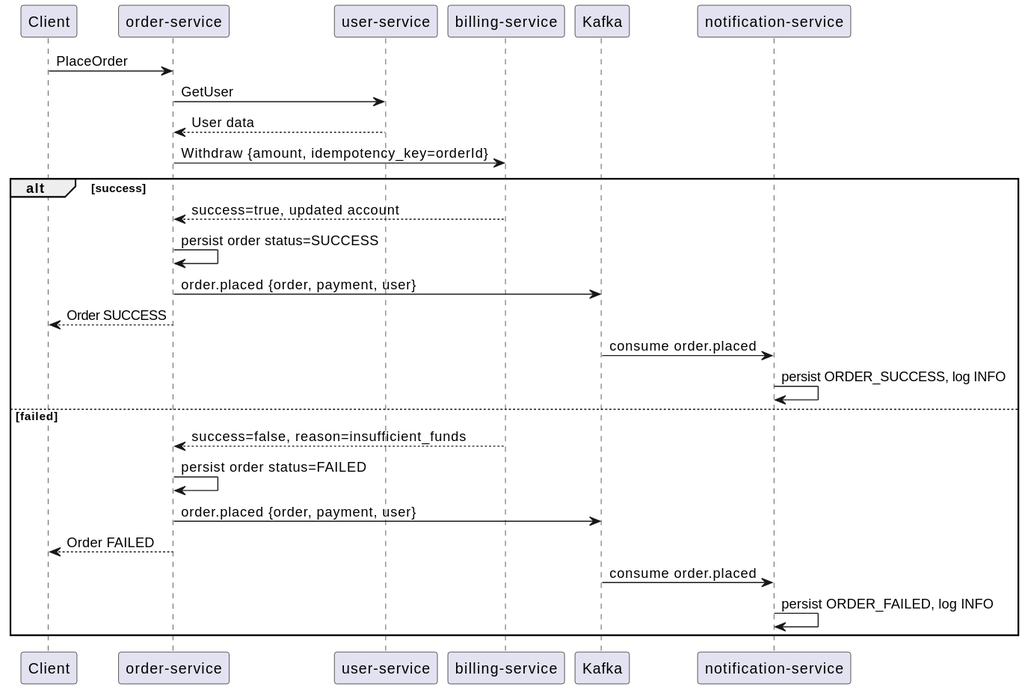
Earlier version of the PlantUML export docs/puml/place-order.svg (Romasmi/s-shop-microservices). Its diagram source:
```plantuml
@startuml
participant Client
participant "order-service" as OS
participant "user-service" as US
participant "billing-service" as BS
participant Kafka
participant "notification-service" as NS

Client -> OS: PlaceOrder
OS -> US: GetUser
US --> OS: User data
OS -> BS: Withdraw {amount, idempotency_key=orderId}

alt success
  BS --> OS: success=true, updated account
  OS -> OS: persist order status=SUCCESS
  OS -> Kafka: order.placed {order, payment, user}
  OS --> Client: Order SUCCESS
  Kafka -> NS: consume order.placed
  NS -> NS: persist ORDER_SUCCESS, log INFO
else failed
  BS --> OS: success=false, reason=insufficient_funds
  OS -> OS: persist order status=FAILED
  OS -> Kafka: order.placed {order, payment, user}
  OS --> Client: Order FAILED
  Kafka -> NS: consume order.placed
  NS -> NS: persist ORDER_FAILED, log INFO
end
@enduml
```
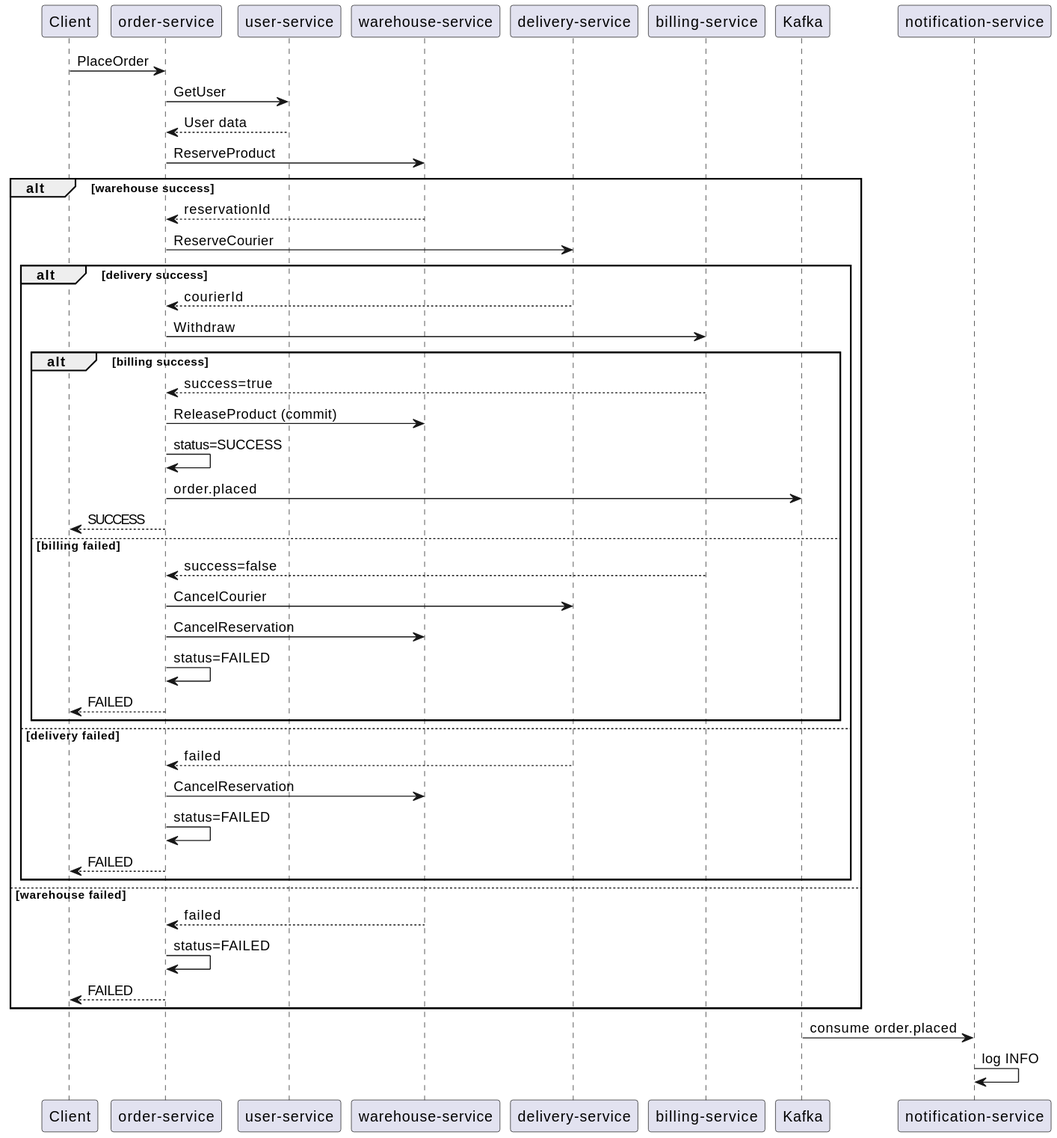
After the change.

The edit, as a diff of the source:
```diff
@@ -2,6 +2,8 @@
 participant Client
 participant "order-service" as OS
 participant "user-service" as US
+participant "warehouse-service" as WS
+participant "delivery-service" as DS
 participant "billing-service" as BS
 participant Kafka
 participant "notification-service" as NS
@@ -9,21 +11,39 @@
 Client -> OS: PlaceOrder
 OS -> US: GetUser
 US --> OS: User data
-OS -> BS: Withdraw {amount, idempotency_key=orderId}
 
-alt success
-  BS --> OS: success=true, updated account
-  OS -> OS: persist order status=SUCCESS
-  OS -> Kafka: order.placed {order, payment, user}
-  OS --> Client: Order SUCCESS
-  Kafka -> NS: consume order.placed
-  NS -> NS: persist ORDER_SUCCESS, log INFO
-else failed
-  BS --> OS: success=false, reason=insufficient_funds
-  OS -> OS: persist order status=FAILED
-  OS -> Kafka: order.placed {order, payment, user}
-  OS --> Client: Order FAILED
-  Kafka -> NS: consume order.placed
-  NS -> NS: persist ORDER_FAILED, log INFO
+OS -> WS: ReserveProduct
+alt warehouse success
+    WS --> OS: reservationId
+    OS -> DS: ReserveCourier
+    alt delivery success
+        DS --> OS: courierId
+        OS -> BS: Withdraw
+        alt billing success
+            BS --> OS: success=true
+            OS -> WS: ReleaseProduct (commit)
+            OS -> OS: status=SUCCESS
+            OS -> Kafka: order.placed
+            OS --> Client: SUCCESS
+        else billing failed
+            BS --> OS: success=false
+            OS -> DS: CancelCourier
+            OS -> WS: CancelReservation
+            OS -> OS: status=FAILED
+            OS --> Client: FAILED
+        end
+    else delivery failed
+        DS --> OS: failed
+        OS -> WS: CancelReservation
+        OS -> OS: status=FAILED
+        OS --> Client: FAILED
+    end
+else warehouse failed
+    WS --> OS: failed
+    OS -> OS: status=FAILED
+    OS --> Client: FAILED
 end
+
+Kafka -> NS: consume order.placed
+NS -> NS: log INFO
 @enduml
```
